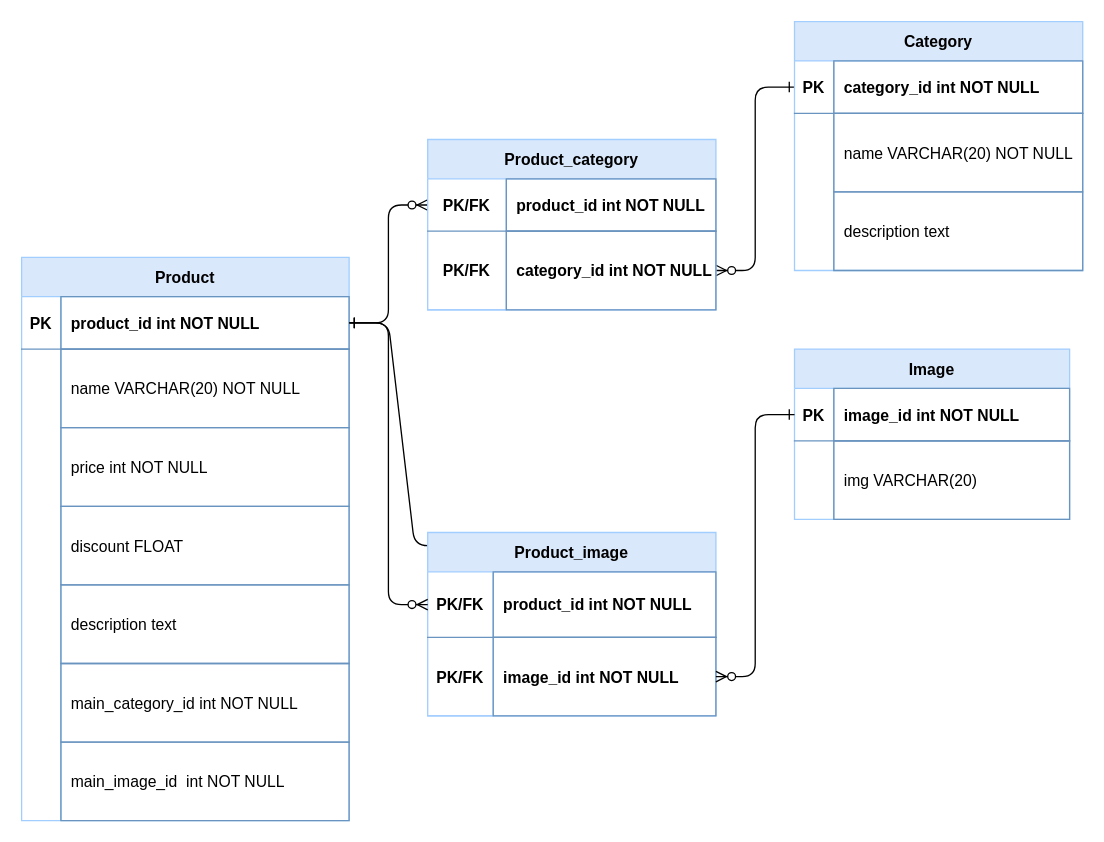
The draw.io diagram sql.drawio in LIka1599/sql, before the edit. Source tidied: cells renumbered, new cells numbered last; positions are measured from the earlier drawing's top-left corner, leaving out a move shared by most shapes. Both pictures are drawn from the tidied source at 131%, with x=0, y=0 at pixel (21, 21).
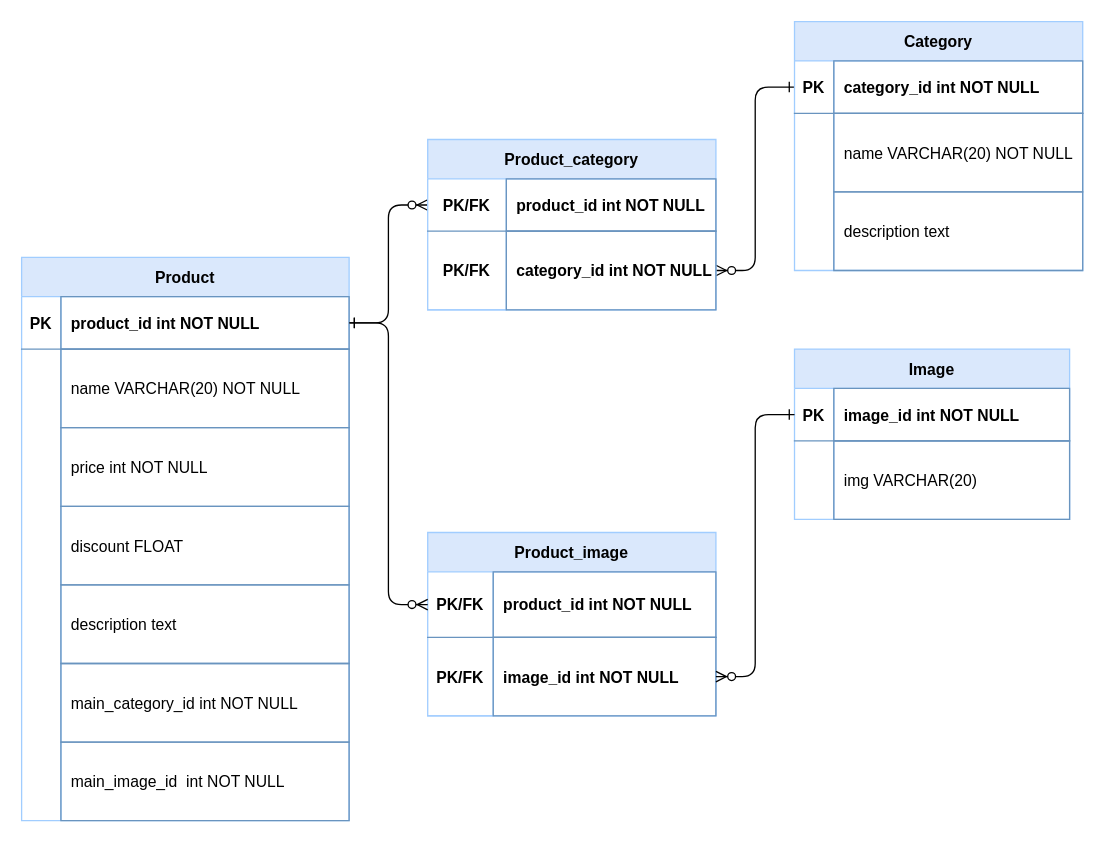
Above is the later version.

Unchanged cells that the change refers to:
```xml
<mxCell id="5" style="shape=partialRectangle;fillColor=none;points=[[0,0.5],[1,0.5]];portConstraint=eastwest;top=0;left=0;right=0;bottom=1;strokeColor=#6994BF;" parent="4" vertex="1">
  <mxGeometry y="30" width="250" height="40" as="geometry" />
</mxCell>
```

Change to the diagram source:
```diff
@@
-    <mxCell id="50" style="edgeStyle=entityRelationEdgeStyle;endArrow=ERzeroToMany;startArrow=ERone;endFill=1;startFill=0;entryX=0;entryY=0.5;entryDx=0;entryDy=0;" parent="1" edge="1" source="5">
-      <mxGeometry relative="1" as="geometry">
-        <mxPoint x="330" y="400" as="targetPoint" />
-      </mxGeometry>
-    </mxCell>
```
